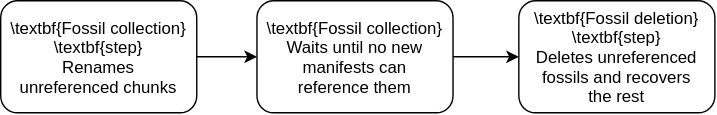
Above: paper/figures/lock-free_deduplication.drawio.svg in Deric-W/vinculum (draw.io), before the change. Source tidied: cells renumbered, new cells last; positions are measured from the earlier drawing's top-left corner, leaving out a move shared by most shapes.
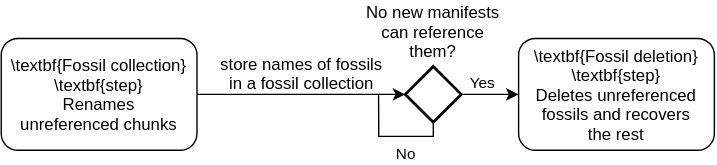
The same file after the commit.

What changed in the source:
```diff
@@ -5,17 +5,37 @@
     <mxCell id="2" value="\textbf{Fossil deletion}&#10;\textbf{step}&#10;Deletes unreferenced&#10;fossils and recovers&#10;the rest" style="rounded=1;" parent="1" vertex="1">
       <mxGeometry x="370" width="140" height="80" as="geometry" />
     </mxCell>
-    <mxCell id="3" value="\textbf{Fossil collection}&#10;Waits until no new&#10;manifests can&#10;reference them" style="rounded=1;" parent="1" vertex="1">
-      <mxGeometry x="183" width="140" height="80" as="geometry" />
-    </mxCell>
     <mxCell id="4" value="\textbf{Fossil collection}&#10;\textbf{step}&#10;Renames&#10;unreferenced chunks" style="rounded=1;" parent="1" vertex="1">
       <mxGeometry width="140" height="80" as="geometry" />
     </mxCell>
-    <mxCell id="5" style="endArrow=classic;rounded=0;exitX=1;exitY=0.5;exitDx=0;exitDy=0;entryX=0;entryY=0.5;entryDx=0;entryDy=0;" parent="1" edge="1" source="4" target="3">
+    <mxCell id="5" style="endArrow=classic;rounded=0;exitX=1;exitY=0.5;exitDx=0;exitDy=0;entryX=0;entryY=0.5;entryDx=0;entryDy=0;entryPerimeter=0;" parent="1" edge="1" source="4" target="7">
       <mxGeometry relative="1" as="geometry" />
     </mxCell>
-    <mxCell id="6" style="endArrow=classic;rounded=0;exitX=1;exitY=0.5;exitDx=0;exitDy=0;entryX=0;entryY=0.5;entryDx=0;entryDy=0;" parent="1" edge="1" source="3" target="2">
-      <mxGeometry relative="1" as="geometry" />
-    </mxCell>
+    <mxCell id="7" style="strokeWidth=2;shape=mxgraph.flowchart.decision;" parent="1" vertex="1">
+      <mxGeometry x="289" y="20" width="40" height="40" as="geometry" />
+    </mxCell>
+    <mxCell id="8" style="endArrow=classic;rounded=0;exitX=1;exitY=0.5;exitDx=0;exitDy=0;entryX=0;entryY=0.5;entryDx=0;entryDy=0;exitPerimeter=0;" parent="1" edge="1" source="7" target="2">
+      <mxGeometry relative="1" as="geometry" />
+    </mxCell>
+    <mxCell id="9" value="Yes" style="edgeLabel;align=center;verticalAlign=bottom;" parent="8" vertex="1">
+      <mxGeometry x="-0.24" relative="1" as="geometry" />
+    </mxCell>
+    <mxCell id="10" value="No new manifests&#10;can reference&#10;them?" style="text;align=center;verticalAlign=middle;rounded=0;" parent="1" vertex="1">
+      <mxGeometry x="254" y="-25" width="110" height="40" as="geometry" />
+    </mxCell>
+    <mxCell id="11" value="store names of fossils&#10;in a fossil collection" style="text;align=center;verticalAlign=middle;rounded=0;" parent="1" vertex="1">
+      <mxGeometry x="150" y="10" width="130" height="30" as="geometry" />
+    </mxCell>
+    <mxCell id="12" style="endArrow=none;rounded=0;entryX=0.922;entryY=1.011;entryDx=0;entryDy=0;exitX=0.5;exitY=1;exitDx=0;exitDy=0;exitPerimeter=0;startFill=0;entryPerimeter=0;" parent="1" edge="1" source="7" target="11">
+      <mxGeometry relative="1" as="geometry">
+        <Array as="points">
+          <mxPoint x="309" y="70" />
+          <mxPoint x="270" y="70" />
+        </Array>
+      </mxGeometry>
+    </mxCell>
+    <mxCell id="13" value="No" style="edgeLabel;align=center;verticalAlign=top;" parent="12" vertex="1">
+      <mxGeometry x="-0.24" relative="1" as="geometry" />
+    </mxCell>
   </root>
 </mxGraphModel>
```
